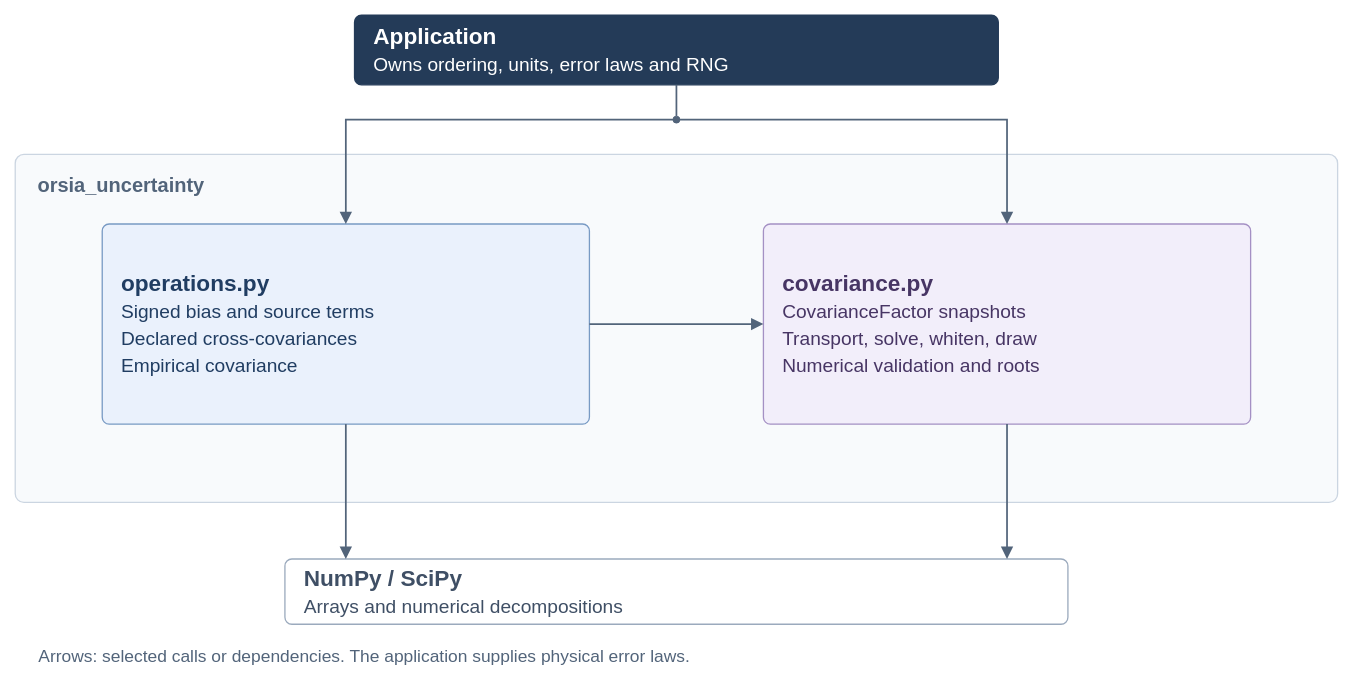
Above: libs/orsia-uncertainty/docs/diagrams/architecture.drawio in scklab-dev/orsia (draw.io), before the change. Source tidied: cells renumbered, new cells numbered last; positions are measured from the earlier drawing's top-left corner, leaving out a move shared by most shapes. Both pictures are drawn from the tidied source at 87%, with x=0, y=0 at pixel (15, 15).
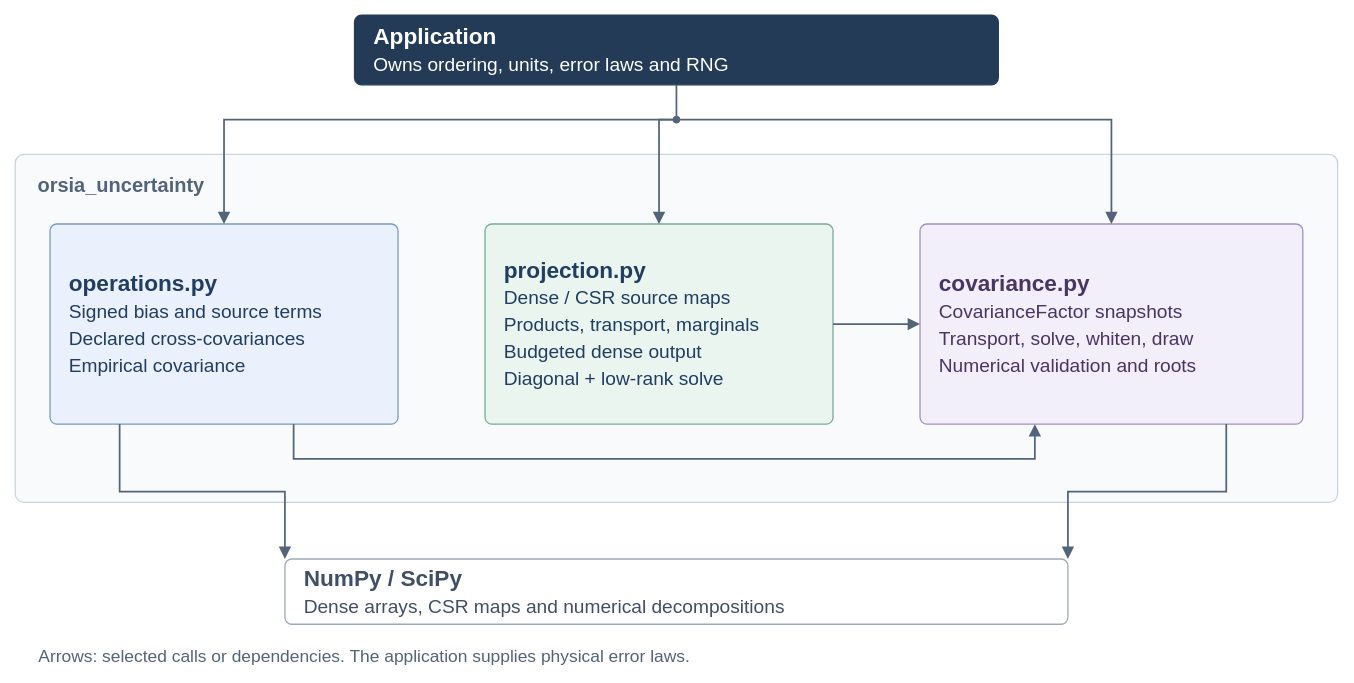
Above is the later version.

The change refers to these unchanged cells:
```xml
<mxCell id="3" value="orsia_uncertainty" style="rounded=1;absoluteArcSize=1;arcSize=20;whiteSpace=wrap;html=0;align=left;verticalAlign=top;spacingLeft=24;spacingTop=16;fontFamily=Helvetica;fontSize=23;fontStyle=1;fontColor=#52647A;fillColor=#F8FAFC;strokeColor=#CBD5E1;strokeWidth=1.5;" parent="1" vertex="1">
  <mxGeometry y="160" width="1520" height="400" as="geometry" />
</mxCell>
<mxCell id="7" style="ellipse;html=0;fillColor=#52647A;strokeColor=#52647A;fontColor=#52647A;" parent="1" vertex="1">
  <mxGeometry x="756" y="116" width="8" height="8" as="geometry" />
</mxCell>
```

What changed in the source:
```diff
@@
     <mxCell id="4" value="&lt;b&gt;operations.py&lt;/b&gt;&lt;br&gt;&lt;span style=&quot;font-size:22px&quot;&gt;Signed bias and source terms&lt;br&gt;Declared cross-covariances&lt;br&gt;Empirical covariance&lt;/span&gt;" style="rounded=1;absoluteArcSize=1;arcSize=16;whiteSpace=wrap;html=1;align=left;verticalAlign=middle;spacing=22;fontFamily=Helvetica;fontSize=26;fontColor=#203D62;fillColor=#EAF1FC;strokeColor=#789AC4;strokeWidth=1.5;" parent="3" vertex="1">
-      <mxGeometry x="100" y="80" width="560" height="230" as="geometry" />
+      <mxGeometry x="40" y="80" width="400" height="230" as="geometry" />
     </mxCell>
     <mxCell id="5" value="&lt;b&gt;covariance.py&lt;/b&gt;&lt;br&gt;&lt;span style=&quot;font-size:22px&quot;&gt;CovarianceFactor snapshots&lt;br&gt;Transport, solve, whiten, draw&lt;br&gt;Numerical validation and roots&lt;/span&gt;" style="rounded=1;absoluteArcSize=1;arcSize=16;whiteSpace=wrap;html=1;align=left;verticalAlign=middle;spacing=22;fontFamily=Helvetica;fontSize=26;fontColor=#473564;fillColor=#F2EEFA;strokeColor=#A490C4;strokeWidth=1.5;" parent="3" vertex="1">
-      <mxGeometry x="860" y="80" width="560" height="230" as="geometry" />
+      <mxGeometry x="1040" y="80" width="440" height="230" as="geometry" />
     </mxCell>
-    <mxCell id="6" style="edgeStyle=orthogonalEdgeStyle;rounded=0;html=0;exitX=1;exitY=0.5;entryX=0;entryY=0.5;endArrow=block;endFill=1;endSize=9;strokeWidth=2;strokeColor=#52647A;fontColor=#52647A;fillColor=none;dashed=0;" parent="3" edge="1" source="4" target="5">
-      <mxGeometry relative="1" as="geometry" />
+    <mxCell id="6" style="edgeStyle=orthogonalEdgeStyle;rounded=0;html=0;exitX=0.7;exitY=1;entryX=0.3;entryY=1;endArrow=block;endFill=1;endSize=9;strokeWidth=2;strokeColor=#52647A;fontColor=#52647A;fillColor=none;dashed=0;" parent="3" edge="1" source="4" target="5">
+      <mxGeometry relative="1" as="geometry">
+        <Array as="points">
+          <mxPoint x="320" y="350" />
+          <mxPoint x="1172" y="350" />
+        </Array>
+      </mxGeometry>
     </mxCell>
@@
     <mxCell id="9" style="edgeStyle=orthogonalEdgeStyle;rounded=0;html=0;exitX=0.5;exitY=1;entryX=0.5;entryY=0;endArrow=block;endFill=1;endSize=9;strokeWidth=2;strokeColor=#52647A;fontColor=#52647A;fillColor=none;dashed=0;" parent="1" edge="1" source="7" target="4">
       <mxGeometry relative="1" as="geometry">
         <Array as="points">
-          <mxPoint x="380" y="120" />
+          <mxPoint x="240" y="120" />
         </Array>
       </mxGeometry>
     </mxCell>
     <mxCell id="10" style="edgeStyle=orthogonalEdgeStyle;rounded=0;html=0;exitX=0.5;exitY=1;entryX=0.5;entryY=0;endArrow=block;endFill=1;endSize=9;strokeWidth=2;strokeColor=#52647A;fontColor=#52647A;fillColor=none;dashed=0;" parent="1" edge="1" source="7" target="5">
       <mxGeometry relative="1" as="geometry">
         <Array as="points">
-          <mxPoint x="1140" y="120" />
+          <mxPoint x="1260" y="120" />
         </Array>
       </mxGeometry>
     </mxCell>
-    <mxCell id="11" value="&lt;b&gt;NumPy / SciPy&lt;/b&gt;&lt;br&gt;&lt;span style=&quot;font-size:22px&quot;&gt;Arrays and numerical decompositions&lt;/span&gt;" style="rounded=1;absoluteArcSize=1;arcSize=16;whiteSpace=wrap;html=1;align=left;verticalAlign=middle;spacing=22;fontFamily=Helvetica;fontSize=26;fontColor=#3F4F65;fillColor=#FFFFFF;strokeColor=#9BAABD;strokeWidth=1.5;" parent="1" vertex="1">
+    <mxCell id="11" value="&lt;b&gt;NumPy / SciPy&lt;/b&gt;&lt;br&gt;&lt;span style=&quot;font-size:22px&quot;&gt;Dense arrays, CSR maps and numerical decompositions&lt;/span&gt;" style="rounded=1;absoluteArcSize=1;arcSize=16;whiteSpace=wrap;html=1;align=left;verticalAlign=middle;spacing=22;fontFamily=Helvetica;fontSize=26;fontColor=#3F4F65;fillColor=#FFFFFF;strokeColor=#9BAABD;strokeWidth=1.5;" parent="1" vertex="1">
       <mxGeometry x="310" y="625" width="900" height="75" as="geometry" />
     </mxCell>
-    <mxCell id="12" style="edgeStyle=orthogonalEdgeStyle;rounded=0;html=0;exitX=0.5;exitY=1;entryX=0.9222222222222222;entryY=0;endArrow=block;endFill=1;endSize=9;strokeWidth=2;strokeColor=#52647A;fontColor=#52647A;fillColor=none;dashed=0;" parent="1" edge="1" source="5" target="11">
+    <mxCell id="12" style="edgeStyle=orthogonalEdgeStyle;rounded=0;html=0;exitX=0.8;exitY=1;entryX=1;entryY=0;endArrow=block;endFill=1;endSize=9;strokeWidth=2;strokeColor=#52647A;fontColor=#52647A;fillColor=none;dashed=0;" parent="1" edge="1" source="5" target="11">
       <mxGeometry relative="1" as="geometry" />
     </mxCell>
-    <mxCell id="13" style="edgeStyle=orthogonalEdgeStyle;rounded=0;html=0;exitX=0.5;exitY=1;entryX=0.07777777777777778;entryY=0;endArrow=block;endFill=1;endSize=9;strokeWidth=2;strokeColor=#52647A;fontColor=#52647A;fillColor=none;dashed=0;" parent="1" edge="1" source="4" target="11">
+    <mxCell id="13" style="edgeStyle=orthogonalEdgeStyle;rounded=0;html=0;exitX=0.2;exitY=1;entryX=0;entryY=0;endArrow=block;endFill=1;endSize=9;strokeWidth=2;strokeColor=#52647A;fontColor=#52647A;fillColor=none;dashed=0;" parent="1" edge="1" source="4" target="11">
       <mxGeometry relative="1" as="geometry" />
     </mxCell>
@@
+    <mxCell id="15" value="&lt;b&gt;projection.py&lt;/b&gt;&lt;br&gt;&lt;span style=&quot;font-size:22px&quot;&gt;Dense / CSR source maps&lt;br&gt;Products, transport, marginals&lt;br&gt;Budgeted dense output&lt;br&gt;Diagonal + low-rank solve&lt;/span&gt;" style="rounded=1;absoluteArcSize=1;arcSize=16;whiteSpace=wrap;html=1;align=left;verticalAlign=middle;spacing=22;fontFamily=Helvetica;fontSize=26;fontColor=#203D62;fillColor=#EAF5F0;strokeColor=#79AB99;strokeWidth=1.5;" parent="3" vertex="1">
+      <mxGeometry x="540" y="80" width="400" height="230" as="geometry" />
+    </mxCell>
+    <mxCell id="16" style="edgeStyle=orthogonalEdgeStyle;rounded=0;html=0;exitX=1;exitY=0.5;entryX=0;entryY=0.5;endArrow=block;endFill=1;endSize=9;strokeWidth=2;strokeColor=#52647A;fontColor=#52647A;fillColor=none;dashed=0;" parent="3" edge="1" source="15" target="5">
+      <mxGeometry relative="1" as="geometry" />
+    </mxCell>
+    <mxCell id="17" style="edgeStyle=orthogonalEdgeStyle;rounded=0;html=0;exitX=0.5;exitY=1;entryX=0.5;entryY=0;endArrow=block;endFill=1;endSize=9;strokeWidth=2;strokeColor=#52647A;fontColor=#52647A;fillColor=none;dashed=0;" parent="1" edge="1" source="7" target="15">
+      <mxGeometry relative="1" as="geometry">
+        <Array as="points">
+          <mxPoint x="740" y="120" />
+        </Array>
+      </mxGeometry>
+    </mxCell>
```
